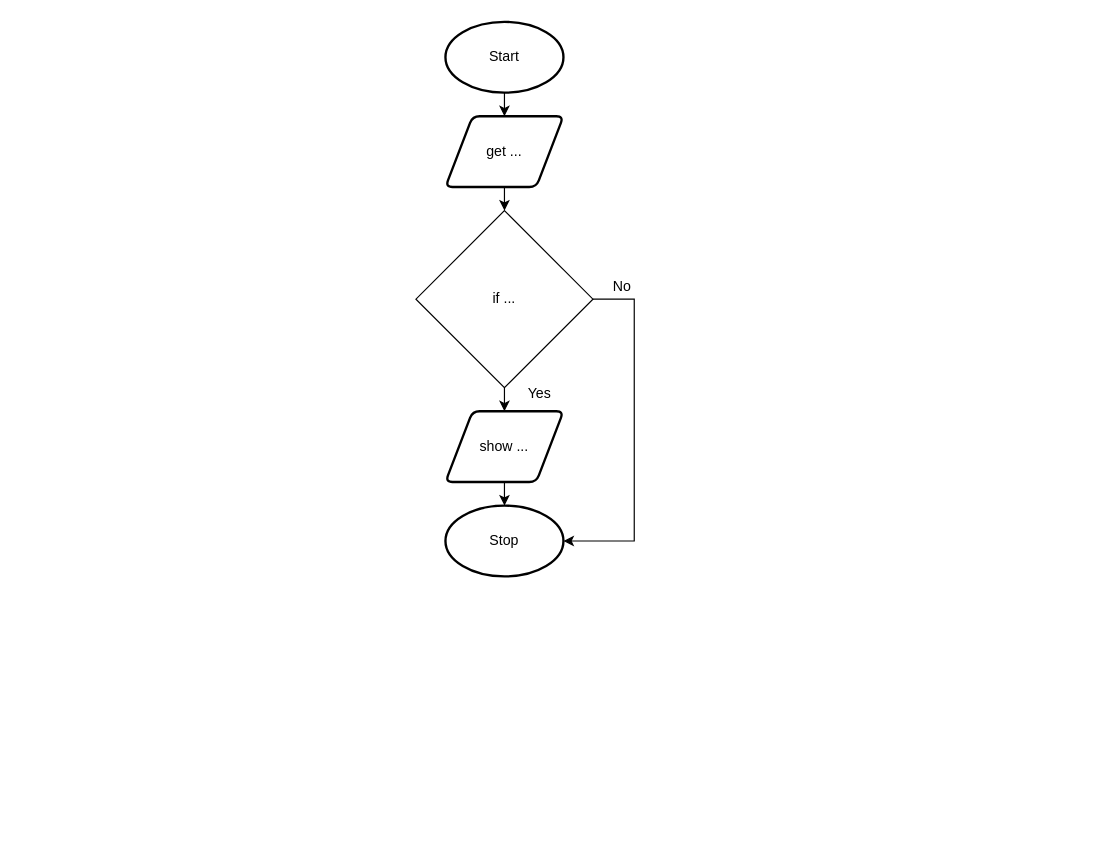
Earlier version of the draw.io diagram drawio/flowchart/flowchart.drawio (Aidan-Lalonde-Novales/ICS3U-Assignment4-Python). Source tidied: cells renumbered, new cells numbered last; positions are measured from the earlier drawing's top-left corner, leaving out a move shared by most shapes. Both pictures are drawn from the tidied source at 118%, with x=0, y=0 at pixel (415, 21).
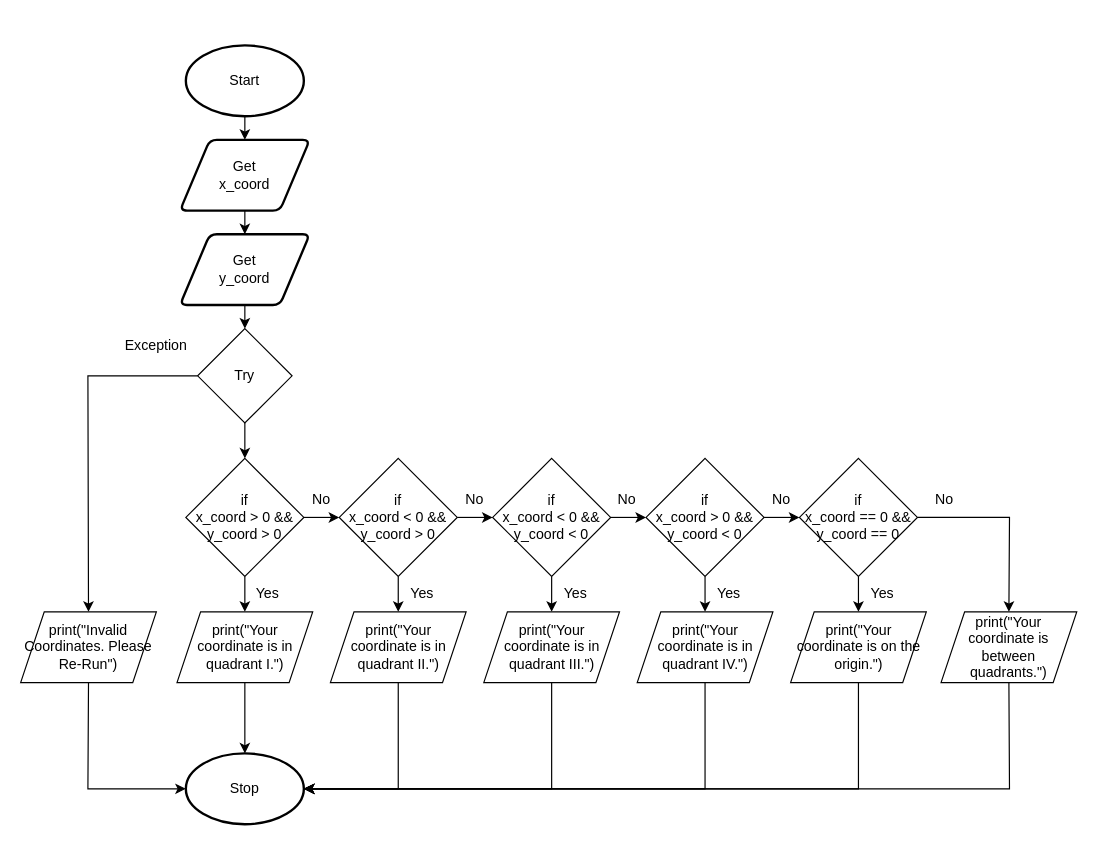
The same page after the edit.

Diff of the diagram source:
```diff
@@
-    <mxCell id="2" style="edgeStyle=none;html=1;exitX=0.5;exitY=1;exitDx=0;exitDy=0;exitPerimeter=0;entryX=0.5;entryY=0;entryDx=0;entryDy=0;" parent="1" edge="1" source="3" target="5">
-      <mxGeometry relative="1" as="geometry" />
-    </mxCell>
+    <mxCell id="13" style="edgeStyle=none;html=1;exitX=0.5;exitY=1;exitDx=0;exitDy=0;exitPerimeter=0;entryX=0.5;entryY=0;entryDx=0;entryDy=0;" parent="1" edge="1" source="3" target="15">
+      <mxGeometry relative="1" as="geometry" />
+    </mxCell>
     <mxCell id="3" value="Start" style="strokeWidth=2;html=1;shape=mxgraph.flowchart.start_1;whiteSpace=wrap;" parent="1" vertex="1">
-      <mxGeometry x="25" width="100" height="60" as="geometry" />
+      <mxGeometry x="-195" y="20" width="100" height="60" as="geometry" />
     </mxCell>
-    <mxCell id="4" style="edgeStyle=none;html=1;exitX=0.5;exitY=1;exitDx=0;exitDy=0;entryX=0.5;entryY=0;entryDx=0;entryDy=0;" parent="1" edge="1" source="5">
-      <mxGeometry relative="1" as="geometry">
-        <mxPoint x="75" y="160" as="targetPoint" />
-      </mxGeometry>
-    </mxCell>
-    <mxCell id="5" value="get ..." style="shape=parallelogram;html=1;strokeWidth=2;perimeter=parallelogramPerimeter;whiteSpace=wrap;rounded=1;arcSize=12;size=0.23;" parent="1" vertex="1">
-      <mxGeometry x="25" y="80" width="100" height="60" as="geometry" />
-    </mxCell>
-    <mxCell id="6" style="edgeStyle=none;html=1;exitX=0.5;exitY=1;exitDx=0;exitDy=0;entryX=0.5;entryY=0;entryDx=0;entryDy=0;entryPerimeter=0;" parent="1" edge="1" source="7" target="8">
-      <mxGeometry relative="1" as="geometry" />
-    </mxCell>
-    <mxCell id="7" value="show ..." style="shape=parallelogram;html=1;strokeWidth=2;perimeter=parallelogramPerimeter;whiteSpace=wrap;rounded=1;arcSize=12;size=0.23;" parent="1" vertex="1">
-      <mxGeometry x="25" y="330" width="100" height="60" as="geometry" />
-    </mxCell>
+    <mxCell id="14" style="edgeStyle=none;html=1;exitX=0.5;exitY=1;exitDx=0;exitDy=0;entryX=0.5;entryY=0;entryDx=0;entryDy=0;" parent="1" edge="1" source="15" target="32">
+      <mxGeometry relative="1" as="geometry" />
+    </mxCell>
+    <mxCell id="15" value="Get&lt;br&gt;x_coord" style="shape=parallelogram;html=1;strokeWidth=2;perimeter=parallelogramPerimeter;whiteSpace=wrap;rounded=1;arcSize=12;size=0.23;" parent="1" vertex="1">
+      <mxGeometry x="-200" y="100" width="110" height="60" as="geometry" />
+    </mxCell>
     <mxCell id="8" value="Stop" style="strokeWidth=2;html=1;shape=mxgraph.flowchart.start_1;whiteSpace=wrap;" parent="1" vertex="1">
-      <mxGeometry x="25" y="410" width="100" height="60" as="geometry" />
+      <mxGeometry x="-195" y="620" width="100" height="60" as="geometry" />
     </mxCell>
-    <mxCell id="9" style="edgeStyle=none;html=1;exitX=0.5;exitY=1;exitDx=0;exitDy=0;entryX=0.5;entryY=0;entryDx=0;entryDy=0;" parent="1" edge="1" source="11" target="7">
-      <mxGeometry relative="1" as="geometry" />
-    </mxCell>
-    <mxCell id="10" style="edgeStyle=none;html=1;exitX=1;exitY=0.5;exitDx=0;exitDy=0;entryX=1;entryY=0.5;entryDx=0;entryDy=0;entryPerimeter=0;rounded=0;" parent="1" edge="1" source="11" target="8">
-      <mxGeometry relative="1" as="geometry">
-        <Array as="points">
-          <mxPoint x="185" y="235" />
-          <mxPoint x="185" y="440" />
-        </Array>
-      </mxGeometry>
-    </mxCell>
-    <mxCell id="11" value="if ..." style="rhombus;whiteSpace=wrap;html=1;" parent="1" vertex="1">
-      <mxGeometry y="160" width="150" height="150" as="geometry" />
-    </mxCell>
-    <mxCell id="12" value="Yes" style="text;html=1;strokeColor=none;fillColor=none;align=center;verticalAlign=middle;whiteSpace=wrap;rounded=0;" parent="1" vertex="1">
-      <mxGeometry x="75" y="300" width="60" height="30" as="geometry" />
-    </mxCell>
-    <mxCell id="13" value="No" style="text;html=1;strokeColor=none;fillColor=none;align=center;verticalAlign=middle;whiteSpace=wrap;rounded=0;" parent="1" vertex="1">
-      <mxGeometry x="145" y="210" width="60" height="30" as="geometry" />
-    </mxCell>
+    <mxCell id="16" style="edgeStyle=none;rounded=0;html=1;exitX=1;exitY=0.5;exitDx=0;exitDy=0;entryX=0;entryY=0.5;entryDx=0;entryDy=0;" parent="1" edge="1" source="18" target="23">
+      <mxGeometry relative="1" as="geometry" />
+    </mxCell>
+    <mxCell id="17" style="edgeStyle=none;html=1;exitX=0.5;exitY=1;exitDx=0;exitDy=0;entryX=0.5;entryY=0;entryDx=0;entryDy=0;" parent="1" edge="1" source="18" target="20">
+      <mxGeometry relative="1" as="geometry" />
+    </mxCell>
+    <mxCell id="18" value="if &lt;br&gt;x_coord &amp;gt; 0 &amp;amp;&amp;amp; y_coord &amp;gt; 0" style="rhombus;whiteSpace=wrap;html=1;" parent="1" vertex="1">
+      <mxGeometry x="-195" y="370" width="100" height="100" as="geometry" />
+    </mxCell>
+    <mxCell id="19" style="edgeStyle=none;rounded=0;html=1;exitX=0.5;exitY=1;exitDx=0;exitDy=0;entryX=0.5;entryY=0;entryDx=0;entryDy=0;entryPerimeter=0;" parent="1" edge="1" source="20" target="8">
+      <mxGeometry relative="1" as="geometry" />
+    </mxCell>
+    <mxCell id="20" value="print(&quot;Your coordinate is in quadrant I.&quot;)" style="shape=parallelogram;perimeter=parallelogramPerimeter;whiteSpace=wrap;html=1;fixedSize=1;" parent="1" vertex="1">
+      <mxGeometry x="-202.5" y="500" width="115" height="60" as="geometry" />
+    </mxCell>
+    <mxCell id="21" style="edgeStyle=none;rounded=0;html=1;exitX=1;exitY=0.5;exitDx=0;exitDy=0;entryX=0;entryY=0.5;entryDx=0;entryDy=0;" parent="1" edge="1" source="23" target="26">
+      <mxGeometry relative="1" as="geometry" />
+    </mxCell>
+    <mxCell id="22" style="edgeStyle=none;html=1;exitX=0.5;exitY=1;exitDx=0;exitDy=0;entryX=0.5;entryY=0;entryDx=0;entryDy=0;" parent="1" edge="1" source="23" target="45">
+      <mxGeometry relative="1" as="geometry" />
+    </mxCell>
+    <mxCell id="23" value="if&lt;br&gt;x_coord &amp;lt; 0 &amp;amp;&amp;amp; y_coord &amp;gt; 0" style="rhombus;whiteSpace=wrap;html=1;" parent="1" vertex="1">
+      <mxGeometry x="-65" y="370" width="100" height="100" as="geometry" />
+    </mxCell>
+    <mxCell id="24" style="edgeStyle=none;html=1;exitX=1;exitY=0.5;exitDx=0;exitDy=0;entryX=0;entryY=0.5;entryDx=0;entryDy=0;" parent="1" edge="1" source="26" target="39">
+      <mxGeometry relative="1" as="geometry" />
+    </mxCell>
+    <mxCell id="25" style="edgeStyle=none;html=1;exitX=0.5;exitY=1;exitDx=0;exitDy=0;entryX=0.5;entryY=0;entryDx=0;entryDy=0;" parent="1" edge="1" source="26" target="48">
+      <mxGeometry relative="1" as="geometry" />
+    </mxCell>
+    <mxCell id="26" value="if&lt;br&gt;x_coord &amp;lt; 0 &amp;amp;&amp;amp; y_coord &amp;lt; 0" style="rhombus;whiteSpace=wrap;html=1;" parent="1" vertex="1">
+      <mxGeometry x="65" y="370" width="100" height="100" as="geometry" />
+    </mxCell>
+    <mxCell id="27" value="Yes" style="text;html=1;strokeColor=none;fillColor=none;align=center;verticalAlign=middle;whiteSpace=wrap;rounded=0;" parent="1" vertex="1">
+      <mxGeometry x="-146" y="470" width="41" height="30" as="geometry" />
+    </mxCell>
+    <mxCell id="28" value="No" style="text;html=1;strokeColor=none;fillColor=none;align=center;verticalAlign=middle;whiteSpace=wrap;rounded=0;" parent="1" vertex="1">
+      <mxGeometry x="-95" y="390" width="30" height="30" as="geometry" />
+    </mxCell>
+    <mxCell id="29" value="No" style="text;html=1;strokeColor=none;fillColor=none;align=center;verticalAlign=middle;whiteSpace=wrap;rounded=0;" parent="1" vertex="1">
+      <mxGeometry x="35" y="390" width="30" height="30" as="geometry" />
+    </mxCell>
+    <mxCell id="30" value="No" style="text;html=1;strokeColor=none;fillColor=none;align=center;verticalAlign=middle;whiteSpace=wrap;rounded=0;" parent="1" vertex="1">
+      <mxGeometry x="164" y="390" width="30" height="30" as="geometry" />
+    </mxCell>
+    <mxCell id="31" style="edgeStyle=none;html=1;exitX=0.5;exitY=1;exitDx=0;exitDy=0;entryX=0.5;entryY=0;entryDx=0;entryDy=0;" parent="1" edge="1" source="32" target="35">
+      <mxGeometry relative="1" as="geometry" />
+    </mxCell>
+    <mxCell id="32" value="Get&lt;br&gt;y_coord" style="shape=parallelogram;html=1;strokeWidth=2;perimeter=parallelogramPerimeter;whiteSpace=wrap;rounded=1;arcSize=12;size=0.23;" parent="1" vertex="1">
+      <mxGeometry x="-200" y="180" width="110" height="60" as="geometry" />
+    </mxCell>
+    <mxCell id="33" style="edgeStyle=none;html=1;exitX=0.5;exitY=1;exitDx=0;exitDy=0;entryX=0.5;entryY=0;entryDx=0;entryDy=0;" parent="1" edge="1" source="35" target="18">
+      <mxGeometry relative="1" as="geometry" />
+    </mxCell>
+    <mxCell id="34" style="edgeStyle=none;rounded=0;html=1;exitX=0;exitY=0.5;exitDx=0;exitDy=0;entryX=0.5;entryY=0;entryDx=0;entryDy=0;" parent="1" edge="1" source="35" target="59">
+      <mxGeometry relative="1" as="geometry">
+        <Array as="points">
+          <mxPoint x="-278" y="300" />
+        </Array>
+      </mxGeometry>
+    </mxCell>
+    <mxCell id="35" value="Try" style="rhombus;whiteSpace=wrap;html=1;" parent="1" vertex="1">
+      <mxGeometry x="-185" y="260" width="80" height="80" as="geometry" />
+    </mxCell>
+    <mxCell id="36" value="Exception" style="text;html=1;strokeColor=none;fillColor=none;align=center;verticalAlign=middle;whiteSpace=wrap;rounded=0;" parent="1" vertex="1">
+      <mxGeometry x="-255" y="260" width="70" height="30" as="geometry" />
+    </mxCell>
+    <mxCell id="37" style="edgeStyle=none;html=1;exitX=1;exitY=0.5;exitDx=0;exitDy=0;entryX=0;entryY=0.5;entryDx=0;entryDy=0;" parent="1" edge="1" source="39" target="42">
+      <mxGeometry relative="1" as="geometry" />
+    </mxCell>
+    <mxCell id="38" style="edgeStyle=none;html=1;exitX=0.5;exitY=1;exitDx=0;exitDy=0;entryX=0.5;entryY=0;entryDx=0;entryDy=0;" parent="1" edge="1" source="39" target="51">
+      <mxGeometry relative="1" as="geometry" />
+    </mxCell>
+    <mxCell id="39" value="if&lt;br&gt;x_coord&amp;nbsp;&amp;gt; 0 &amp;amp;&amp;amp; y_coord &amp;lt; 0" style="rhombus;whiteSpace=wrap;html=1;" parent="1" vertex="1">
+      <mxGeometry x="195" y="370" width="100" height="100" as="geometry" />
+    </mxCell>
+    <mxCell id="40" style="edgeStyle=none;html=1;exitX=0.5;exitY=1;exitDx=0;exitDy=0;entryX=0.5;entryY=0;entryDx=0;entryDy=0;" parent="1" edge="1" source="42" target="54">
+      <mxGeometry relative="1" as="geometry" />
+    </mxCell>
+    <mxCell id="41" style="edgeStyle=none;html=1;exitX=1;exitY=0.5;exitDx=0;exitDy=0;entryX=0.5;entryY=0;entryDx=0;entryDy=0;rounded=0;" parent="1" edge="1" source="42" target="57">
+      <mxGeometry relative="1" as="geometry">
+        <Array as="points">
+          <mxPoint x="503" y="420" />
+        </Array>
+      </mxGeometry>
+    </mxCell>
+    <mxCell id="42" value="if&lt;br&gt;x_coord == 0 &amp;amp;&amp;amp; y_coord == 0" style="rhombus;whiteSpace=wrap;html=1;" parent="1" vertex="1">
+      <mxGeometry x="325" y="370" width="100" height="100" as="geometry" />
+    </mxCell>
+    <mxCell id="43" value="No" style="text;html=1;strokeColor=none;fillColor=none;align=center;verticalAlign=middle;whiteSpace=wrap;rounded=0;" parent="1" vertex="1">
+      <mxGeometry x="295" y="390" width="30" height="30" as="geometry" />
+    </mxCell>
+    <mxCell id="44" style="edgeStyle=none;rounded=0;html=1;exitX=0.5;exitY=1;exitDx=0;exitDy=0;entryX=1;entryY=0.5;entryDx=0;entryDy=0;entryPerimeter=0;" parent="1" edge="1" source="45" target="8">
+      <mxGeometry relative="1" as="geometry">
+        <Array as="points">
+          <mxPoint x="-15" y="650" />
+        </Array>
+      </mxGeometry>
+    </mxCell>
+    <mxCell id="45" value="print(&quot;Your coordinate is in quadrant II.&quot;)" style="shape=parallelogram;perimeter=parallelogramPerimeter;whiteSpace=wrap;html=1;fixedSize=1;" parent="1" vertex="1">
+      <mxGeometry x="-72.5" y="500" width="115" height="60" as="geometry" />
+    </mxCell>
+    <mxCell id="46" value="Yes" style="text;html=1;strokeColor=none;fillColor=none;align=center;verticalAlign=middle;whiteSpace=wrap;rounded=0;" parent="1" vertex="1">
+      <mxGeometry x="-15" y="470" width="41" height="30" as="geometry" />
+    </mxCell>
+    <mxCell id="47" style="edgeStyle=none;rounded=0;html=1;exitX=0.5;exitY=1;exitDx=0;exitDy=0;entryX=1;entryY=0.5;entryDx=0;entryDy=0;entryPerimeter=0;" parent="1" edge="1" source="48" target="8">
+      <mxGeometry relative="1" as="geometry">
+        <Array as="points">
+          <mxPoint x="115" y="650" />
+        </Array>
+      </mxGeometry>
+    </mxCell>
+    <mxCell id="48" value="print(&quot;Your coordinate is in quadrant III.&quot;)" style="shape=parallelogram;perimeter=parallelogramPerimeter;whiteSpace=wrap;html=1;fixedSize=1;" parent="1" vertex="1">
+      <mxGeometry x="57.5" y="500" width="115" height="60" as="geometry" />
+    </mxCell>
+    <mxCell id="49" value="Yes" style="text;html=1;strokeColor=none;fillColor=none;align=center;verticalAlign=middle;whiteSpace=wrap;rounded=0;" parent="1" vertex="1">
+      <mxGeometry x="115" y="470" width="41" height="30" as="geometry" />
+    </mxCell>
+    <mxCell id="50" style="edgeStyle=none;rounded=0;html=1;exitX=0.5;exitY=1;exitDx=0;exitDy=0;entryX=1;entryY=0.5;entryDx=0;entryDy=0;entryPerimeter=0;" parent="1" edge="1" source="51" target="8">
+      <mxGeometry relative="1" as="geometry">
+        <Array as="points">
+          <mxPoint x="245" y="650" />
+        </Array>
+      </mxGeometry>
+    </mxCell>
+    <mxCell id="51" value="print(&quot;Your coordinate is in quadrant IV.&quot;)" style="shape=parallelogram;perimeter=parallelogramPerimeter;whiteSpace=wrap;html=1;fixedSize=1;" parent="1" vertex="1">
+      <mxGeometry x="187.5" y="500" width="115" height="60" as="geometry" />
+    </mxCell>
+    <mxCell id="52" value="Yes" style="text;html=1;strokeColor=none;fillColor=none;align=center;verticalAlign=middle;whiteSpace=wrap;rounded=0;" parent="1" vertex="1">
+      <mxGeometry x="245" y="470" width="41" height="30" as="geometry" />
+    </mxCell>
+    <mxCell id="53" style="edgeStyle=none;rounded=0;html=1;exitX=0.5;exitY=1;exitDx=0;exitDy=0;" parent="1" edge="1" source="54">
+      <mxGeometry relative="1" as="geometry">
+        <mxPoint x="-95" y="650" as="targetPoint" />
+        <Array as="points">
+          <mxPoint x="375" y="650" />
+        </Array>
+      </mxGeometry>
+    </mxCell>
+    <mxCell id="54" value="print(&quot;Your coordinate is on the origin.&quot;)" style="shape=parallelogram;perimeter=parallelogramPerimeter;whiteSpace=wrap;html=1;fixedSize=1;" parent="1" vertex="1">
+      <mxGeometry x="317.5" y="500" width="115" height="60" as="geometry" />
+    </mxCell>
+    <mxCell id="55" value="Yes" style="text;html=1;strokeColor=none;fillColor=none;align=center;verticalAlign=middle;whiteSpace=wrap;rounded=0;" parent="1" vertex="1">
+      <mxGeometry x="375" y="470" width="41" height="30" as="geometry" />
+    </mxCell>
+    <mxCell id="56" style="edgeStyle=none;rounded=0;html=1;exitX=0.5;exitY=1;exitDx=0;exitDy=0;entryX=1;entryY=0.5;entryDx=0;entryDy=0;entryPerimeter=0;" parent="1" edge="1" source="57" target="8">
+      <mxGeometry relative="1" as="geometry">
+        <Array as="points">
+          <mxPoint x="503" y="650" />
+        </Array>
+      </mxGeometry>
+    </mxCell>
+    <mxCell id="57" value="print(&quot;Your coordinate is between quadrants.&quot;)" style="shape=parallelogram;perimeter=parallelogramPerimeter;whiteSpace=wrap;html=1;fixedSize=1;" parent="1" vertex="1">
+      <mxGeometry x="445" y="500" width="115" height="60" as="geometry" />
+    </mxCell>
+    <mxCell id="58" style="edgeStyle=none;rounded=0;html=1;exitX=0.5;exitY=1;exitDx=0;exitDy=0;entryX=0;entryY=0.5;entryDx=0;entryDy=0;entryPerimeter=0;" parent="1" edge="1" source="59" target="8">
+      <mxGeometry relative="1" as="geometry">
+        <Array as="points">
+          <mxPoint x="-278" y="650" />
+        </Array>
+      </mxGeometry>
+    </mxCell>
+    <mxCell id="59" value="print(&quot;Invalid Coordinates. Please Re-Run&quot;)" style="shape=parallelogram;perimeter=parallelogramPerimeter;whiteSpace=wrap;html=1;fixedSize=1;" parent="1" vertex="1">
+      <mxGeometry x="-335" y="500" width="115" height="60" as="geometry" />
+    </mxCell>
+    <mxCell id="60" value="No" style="text;html=1;strokeColor=none;fillColor=none;align=center;verticalAlign=middle;whiteSpace=wrap;rounded=0;" parent="1" vertex="1">
+      <mxGeometry x="432.5" y="390" width="30" height="30" as="geometry" />
+    </mxCell>
```
